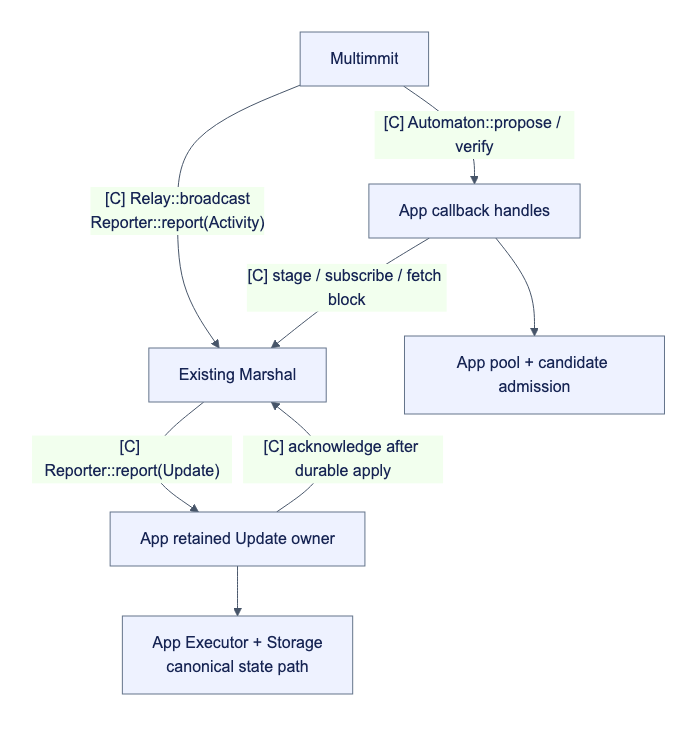
Before: docs/assets/diagrams/diagram-52.png, a diagram exported from Mermaid (djm07073/baton). Its source is kept beside it as docs/assets/diagrams/diagram-52.mmd.
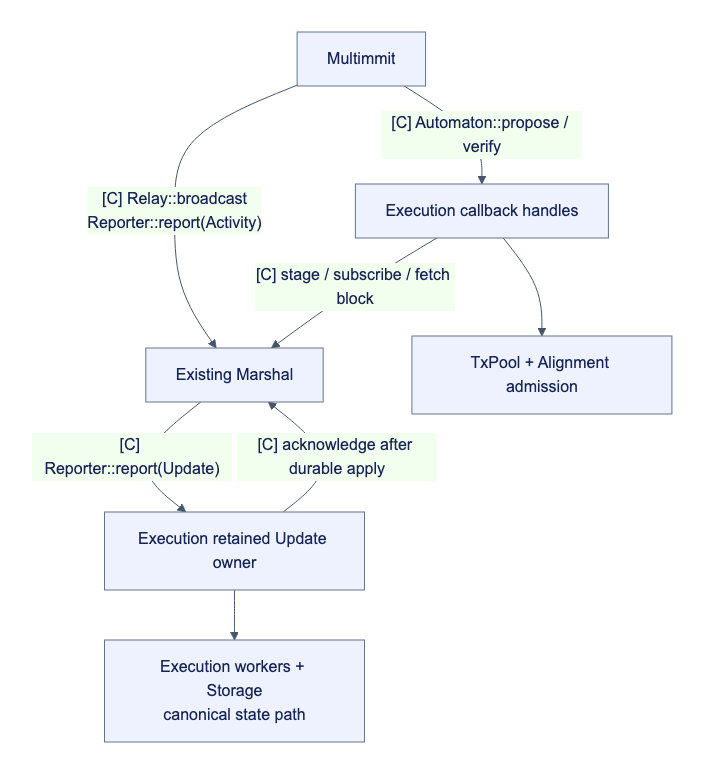
Later version of the same file.

Diff of the diagram source:
```diff
@@ -1,8 +1,8 @@
 flowchart TB
-    N["Multimmit"] -->|"[C] Automaton::propose / verify"| A["App callback handles"]
+    N["Multimmit"] -->|"[C] Automaton::propose / verify"| A["Execution callback handles"]
     N -->|"[C] Relay::broadcast<br/>Reporter::report(Activity)"| M["Existing Marshal"]
     A -->|"[C] stage / subscribe / fetch block"| M
-    M -->|"[C] Reporter::report(Update)"| O["App retained Update owner"]
+    M -->|"[C] Reporter::report(Update)"| O["Execution retained Update owner"]
     O -->|"[C] acknowledge after durable apply"| M
-    A --> P["App pool + candidate admission"]
-    O --> E["App Executor + Storage<br/>canonical state path"]
+    A --> P["TxPool + Alignment admission"]
+    O --> E["Execution workers + Storage<br/>canonical state path"]
```
